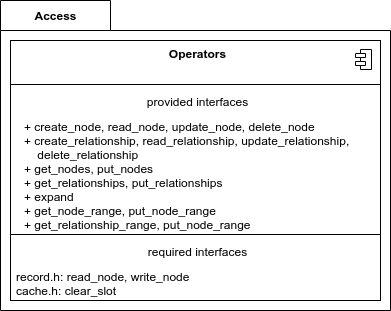
The draw.io diagram doc/user_guide/img/access_arch.png in SomeUserName1/master, before a commit. Source tidied: cells renumbered, new cells last; positions are measured from the earlier drawing's top-left corner, leaving out a move shared by most shapes.
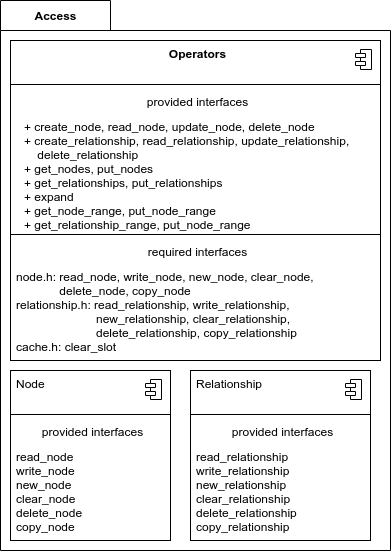
The same diagram one commit later.

The edit, as a diff of the source:
```diff
@@ -3,10 +3,10 @@
     <mxCell id="0" />
     <mxCell id="1" parent="0" />
     <mxCell id="2" value="Access" style="shape=folder;fontStyle=1;tabWidth=110;tabHeight=30;tabPosition=left;html=1;boundedLbl=1;labelInHeader=1;" parent="1" vertex="1">
-      <mxGeometry width="390" height="310" as="geometry" />
+      <mxGeometry width="390" height="550" as="geometry" />
     </mxCell>
     <mxCell id="3" style="fontStyle=1;align=center;verticalAlign=top;horizontal=1;" parent="1" vertex="1">
-      <mxGeometry x="10" y="40" width="370" height="260" as="geometry" />
+      <mxGeometry x="10" y="40" width="370" height="320" as="geometry" />
     </mxCell>
     <mxCell id="4" value="&lt;b&gt;Operators&lt;/b&gt;" style="html=1;align=center;spacingLeft=4;verticalAlign=top;strokeColor=none;fillColor=none;" parent="3" vertex="1">
       <mxGeometry width="370" height="40" as="geometry" />
@@ -31,8 +31,48 @@
     <mxCell id="10" value="required interfaces" style="html=1;align=center;spacingLeft=4;verticalAlign=top;strokeColor=none;fillColor=none;" parent="3" vertex="1">
       <mxGeometry y="198" width="370" height="25" as="geometry" />
     </mxCell>
-    <mxCell id="11" value="record.h: read_node, write_node&lt;br&gt;cache.h: clear_slot&amp;nbsp;" style="html=1;align=left;spacingLeft=4;verticalAlign=top;strokeColor=none;fillColor=none;" parent="3" vertex="1">
-      <mxGeometry y="223" width="370" height="37" as="geometry" />
+    <mxCell id="11" value="node.h: read_node, write_node, new_node, clear_node,&amp;nbsp;&lt;br&gt;&amp;nbsp; &amp;nbsp; &amp;nbsp; &amp;nbsp; &amp;nbsp; &amp;nbsp; &amp;nbsp;delete_node, copy_node&lt;br&gt;relationship.h: read_relationship, write_relationship, &lt;br&gt;&amp;nbsp; &amp;nbsp; &amp;nbsp; &amp;nbsp; &amp;nbsp; &amp;nbsp; &amp;nbsp; &amp;nbsp; &amp;nbsp; &amp;nbsp; &amp;nbsp; &amp;nbsp; new_relationship, clear_relationship,&lt;br&gt;&amp;nbsp; &amp;nbsp; &amp;nbsp; &amp;nbsp; &amp;nbsp; &amp;nbsp; &amp;nbsp; &amp;nbsp; &amp;nbsp; &amp;nbsp; &amp;nbsp; &amp;nbsp; delete_relationship, copy_relationship&lt;br&gt;cache.h: clear_slot&amp;nbsp;" style="html=1;align=left;spacingLeft=4;verticalAlign=top;strokeColor=none;fillColor=none;" parent="3" vertex="1">
+      <mxGeometry y="223" width="370" height="97" as="geometry" />
     </mxCell>
+    <mxCell id="12" style="fontStyle=1;align=center;verticalAlign=top;horizontal=1;" parent="1" vertex="1">
+      <mxGeometry x="10" y="370" width="160" height="170" as="geometry" />
+    </mxCell>
+    <mxCell id="13" value="Node" style="html=1;align=left;spacingLeft=4;verticalAlign=top;strokeColor=none;fillColor=none;" parent="12" vertex="1">
+      <mxGeometry width="160" height="40" as="geometry" />
+    </mxCell>
+    <mxCell id="14" style="shape=module;jettyWidth=10;jettyHeight=4;" parent="13" vertex="1">
+      <mxGeometry x="1" width="16" height="20" relative="1" as="geometry">
+        <mxPoint x="-25" y="9" as="offset" />
+      </mxGeometry>
+    </mxCell>
+    <mxCell id="15" style="line;strokeWidth=1;fillColor=none;align=left;verticalAlign=middle;spacingTop=-1;spacingLeft=3;spacingRight=3;labelPosition=right;" parent="12" vertex="1">
+      <mxGeometry y="40" width="160" height="8" as="geometry" />
+    </mxCell>
+    <mxCell id="16" value="provided interfaces" style="html=1;align=center;spacingLeft=4;verticalAlign=top;strokeColor=none;fillColor=none;" parent="12" vertex="1">
+      <mxGeometry y="48" width="160" height="25" as="geometry" />
+    </mxCell>
+    <mxCell id="17" value="read_node&lt;br&gt;write_node&lt;br&gt;new_node&lt;br&gt;clear_node&lt;br&gt;delete_node&lt;br&gt;copy_node" style="html=1;align=left;spacingLeft=4;verticalAlign=top;strokeColor=none;fillColor=none;" parent="12" vertex="1">
+      <mxGeometry y="73" width="160" height="97" as="geometry" />
+    </mxCell>
+    <mxCell id="18" style="fontStyle=1;align=center;verticalAlign=top;horizontal=1;" parent="1" vertex="1">
+      <mxGeometry x="190" y="370" width="180" height="170" as="geometry" />
+    </mxCell>
+    <mxCell id="19" value="Relationship" style="html=1;align=left;spacingLeft=4;verticalAlign=top;strokeColor=none;fillColor=none;" parent="18" vertex="1">
+      <mxGeometry width="180" height="40" as="geometry" />
+    </mxCell>
+    <mxCell id="20" style="shape=module;jettyWidth=10;jettyHeight=4;" parent="19" vertex="1">
+      <mxGeometry x="1" width="16" height="20" relative="1" as="geometry">
+        <mxPoint x="-25" y="9" as="offset" />
+      </mxGeometry>
+    </mxCell>
+    <mxCell id="21" style="line;strokeWidth=1;fillColor=none;align=left;verticalAlign=middle;spacingTop=-1;spacingLeft=3;spacingRight=3;labelPosition=right;" parent="18" vertex="1">
+      <mxGeometry y="40" width="180" height="8" as="geometry" />
+    </mxCell>
+    <mxCell id="22" value="provided interfaces" style="html=1;align=center;spacingLeft=4;verticalAlign=top;strokeColor=none;fillColor=none;" parent="18" vertex="1">
+      <mxGeometry y="48" width="180" height="25" as="geometry" />
+    </mxCell>
+    <mxCell id="23" value="read_relationship&lt;br&gt;write_relationship&lt;br&gt;new_relationship&lt;br&gt;clear_relationship&lt;br&gt;delete_relationship&lt;br&gt;copy_relationship" style="html=1;align=left;spacingLeft=4;verticalAlign=top;strokeColor=none;fillColor=none;" parent="18" vertex="1">
+      <mxGeometry y="73" width="180" height="97" as="geometry" />
+    </mxCell>
   </root>
 </mxGraphModel>
```
